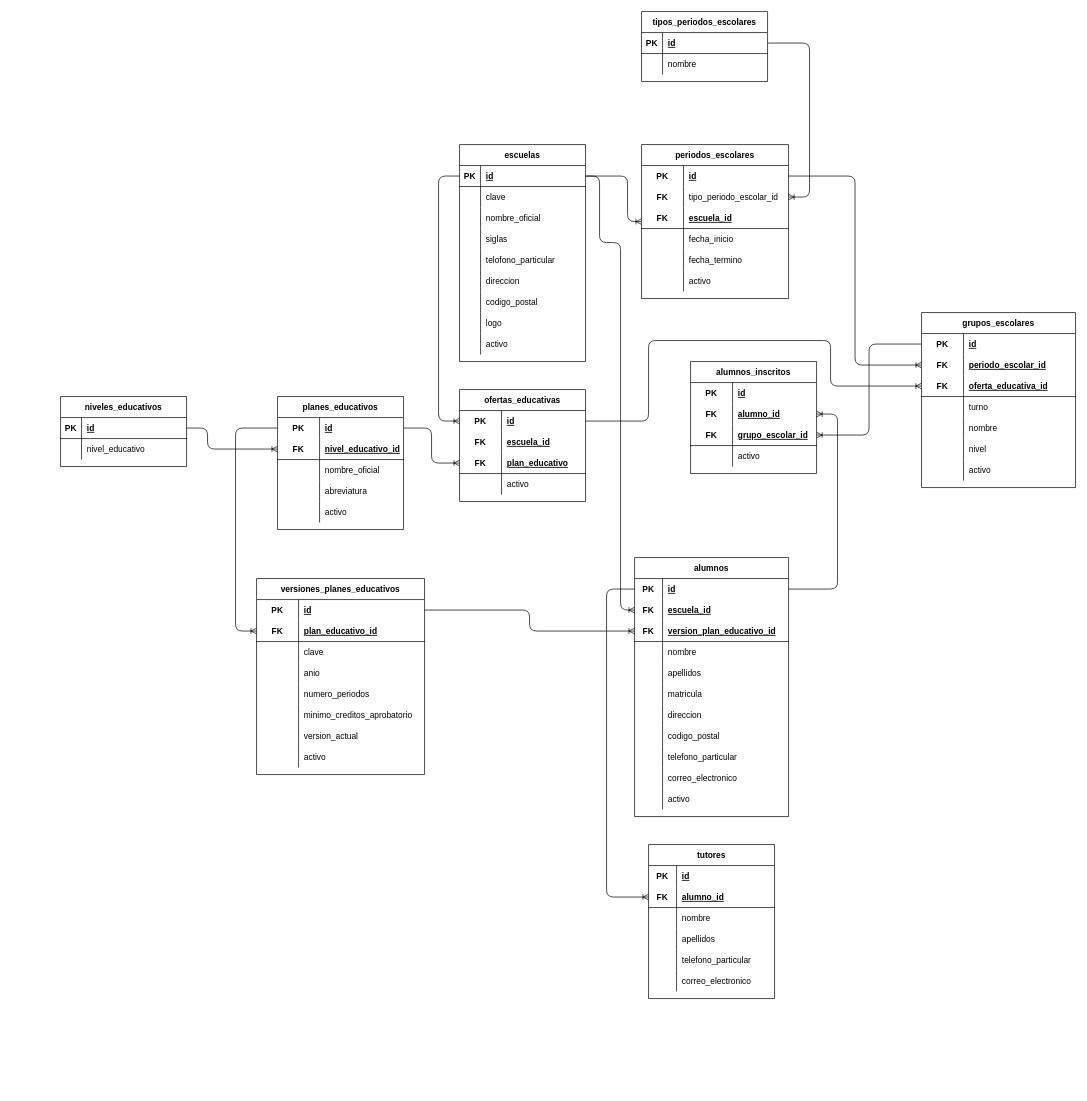
Before: diagrama.drawio in Carlos-Angel/database-escolar, a draw.io diagram. Source tidied: cells renumbered, new cells numbered last; positions are measured from the earlier drawing's top-left corner, leaving out a move shared by most shapes. Both pictures are drawn from the tidied source at 70%, with x=0, y=0 at pixel (60, 11).
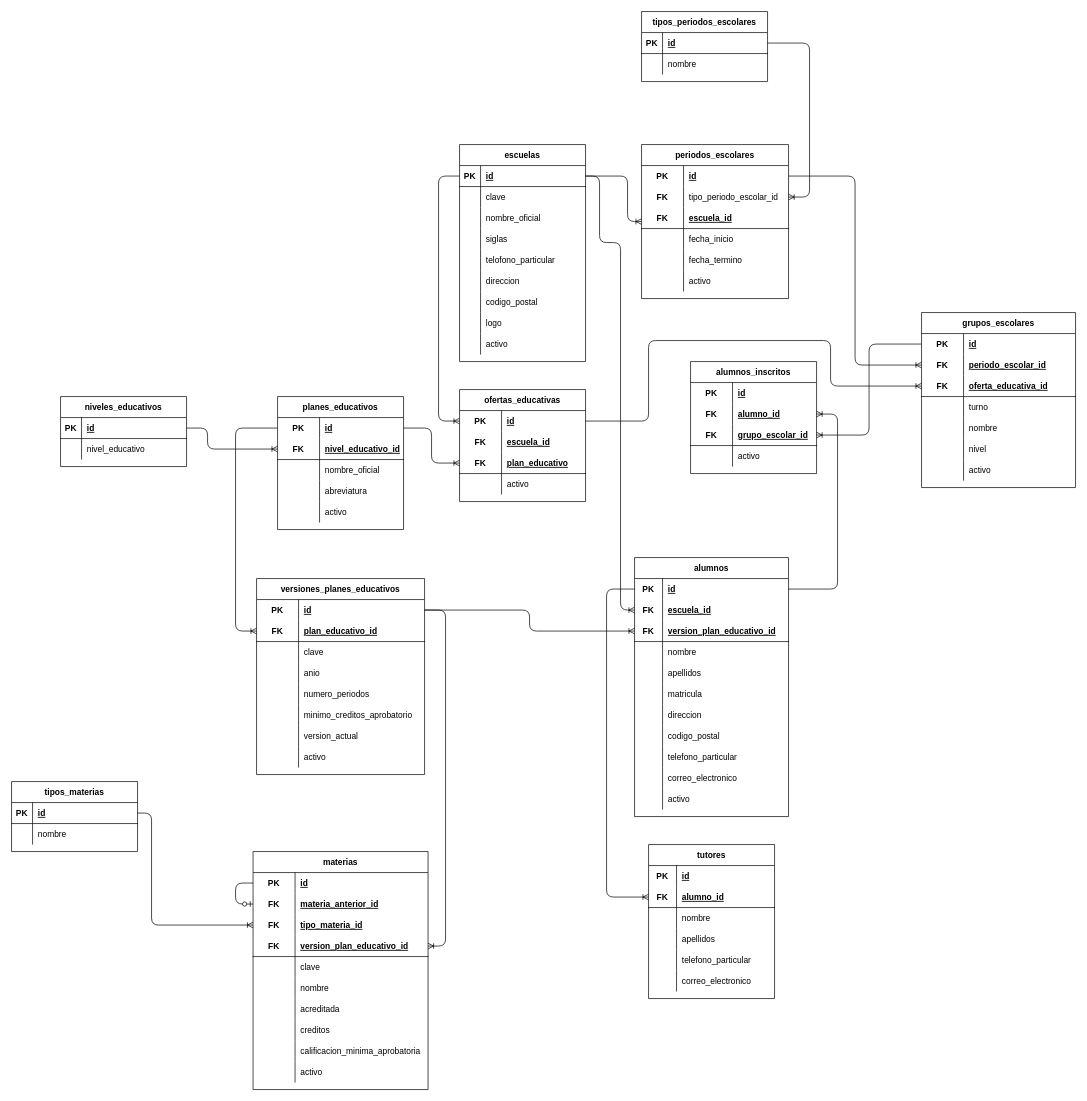
After the change.

Commit message:
feat: agregando la tabla  materias para las versiones de los planes educativos

The change refers to these unchanged cells:
```xml
<mxCell id="26" style="shape=partialRectangle;fillColor=none;top=0;left=0;bottom=0;right=0;points=[[0,0.5],[1,0.5]];portConstraint=eastwest;" parent="25" vertex="1">
  <mxGeometry y="30" width="240" height="30" as="geometry" />
</mxCell>
```

The edit, as a diff of the source:
```diff
@@
+    <mxCell id="218" value="tipos_materias" style="shape=table;startSize=30;childLayout=tableLayout;rowLines=0;fontStyle=1;align=center;" parent="1" vertex="1">
+      <mxGeometry x="-70" y="1100" width="180" height="100" as="geometry" />
+    </mxCell>
+    <mxCell id="219" style="shape=partialRectangle;fillColor=none;top=0;left=0;bottom=1;right=0;points=[[0,0.5],[1,0.5]];portConstraint=eastwest;" parent="218" vertex="1">
+      <mxGeometry y="30" width="180" height="30" as="geometry" />
+    </mxCell>
+    <mxCell id="220" value="PK" style="shape=partialRectangle;fillColor=none;top=0;left=0;bottom=0;right=0;fontStyle=1;overflow=hidden;" parent="219" vertex="1">
+      <mxGeometry width="30" height="30" as="geometry" />
+    </mxCell>
+    <mxCell id="221" value="id" style="shape=partialRectangle;fillColor=none;top=0;left=0;bottom=0;right=0;align=left;spacingLeft=6;fontStyle=5;overflow=hidden;" parent="219" vertex="1">
+      <mxGeometry x="30" width="150" height="30" as="geometry" />
+    </mxCell>
+    <mxCell id="222" style="shape=partialRectangle;fillColor=none;top=0;left=0;bottom=0;right=0;" parent="218" vertex="1">
+      <mxGeometry y="60" width="180" height="30" as="geometry" />
+    </mxCell>
+    <mxCell id="223" style="shape=partialRectangle;fillColor=none;top=0;left=0;bottom=0;right=0;overflow=hidden;" parent="222" vertex="1">
+      <mxGeometry width="30" height="30" as="geometry" />
+    </mxCell>
+    <mxCell id="224" value="nombre" style="shape=partialRectangle;fillColor=none;top=0;left=0;bottom=0;right=0;align=left;spacingLeft=6;overflow=hidden;" parent="222" vertex="1">
+      <mxGeometry x="30" width="150" height="30" as="geometry" />
+    </mxCell>
+    <mxCell id="225" value="materias" style="shape=table;startSize=30;childLayout=tableLayout;rowLines=0;fontStyle=1;align=center;" parent="1" vertex="1">
+      <mxGeometry x="275" y="1200" width="250" height="340" as="geometry" />
+    </mxCell>
+    <mxCell id="226" style="shape=partialRectangle;fillColor=none;top=0;left=0;bottom=0;right=0;points=[[0,0.5],[1,0.5]];portConstraint=eastwest;" parent="225" vertex="1">
+      <mxGeometry y="30" width="250" height="30" as="geometry" />
+    </mxCell>
+    <mxCell id="227" value="PK" style="shape=partialRectangle;fillColor=none;top=0;left=0;bottom=0;right=0;fontStyle=1;overflow=hidden;" parent="226" vertex="1">
+      <mxGeometry width="60" height="30" as="geometry" />
+    </mxCell>
+    <mxCell id="228" value="id" style="shape=partialRectangle;fillColor=none;top=0;left=0;bottom=0;right=0;align=left;spacingLeft=6;fontStyle=5;overflow=hidden;" parent="226" vertex="1">
+      <mxGeometry x="60" width="190" height="30" as="geometry" />
+    </mxCell>
+    <mxCell id="229" style="shape=partialRectangle;fillColor=none;top=0;left=0;bottom=0;right=0;points=[[0,0.5],[1,0.5]];portConstraint=eastwest;" parent="225" vertex="1">
+      <mxGeometry y="60" width="250" height="30" as="geometry" />
+    </mxCell>
+    <mxCell id="230" value="FK" style="shape=partialRectangle;fillColor=none;top=0;left=0;bottom=0;right=0;fontStyle=1;overflow=hidden;" parent="229" vertex="1">
+      <mxGeometry width="60" height="30" as="geometry" />
+    </mxCell>
+    <mxCell id="231" value="materia_anterior_id" style="shape=partialRectangle;fillColor=none;top=0;left=0;bottom=0;right=0;align=left;spacingLeft=6;fontStyle=5;overflow=hidden;" parent="229" vertex="1">
+      <mxGeometry x="60" width="190" height="30" as="geometry" />
+    </mxCell>
+    <mxCell id="232" style="shape=partialRectangle;fillColor=none;top=0;left=0;bottom=0;right=0;points=[[0,0.5],[1,0.5]];portConstraint=eastwest;" parent="225" vertex="1">
+      <mxGeometry y="90" width="250" height="30" as="geometry" />
+    </mxCell>
+    <mxCell id="233" value="FK" style="shape=partialRectangle;fillColor=none;top=0;left=0;bottom=0;right=0;fontStyle=1;overflow=hidden;" parent="232" vertex="1">
+      <mxGeometry width="60" height="30" as="geometry" />
+    </mxCell>
+    <mxCell id="234" value="tipo_materia_id" style="shape=partialRectangle;fillColor=none;top=0;left=0;bottom=0;right=0;align=left;spacingLeft=6;fontStyle=5;overflow=hidden;" parent="232" vertex="1">
+      <mxGeometry x="60" width="190" height="30" as="geometry" />
+    </mxCell>
+    <mxCell id="235" style="shape=partialRectangle;fillColor=none;top=0;left=0;bottom=1;right=0;points=[[0,0.5],[1,0.5]];portConstraint=eastwest;" parent="225" vertex="1">
+      <mxGeometry y="120" width="250" height="30" as="geometry" />
+    </mxCell>
+    <mxCell id="236" value="FK" style="shape=partialRectangle;fillColor=none;top=0;left=0;bottom=0;right=0;fontStyle=1;overflow=hidden;" parent="235" vertex="1">
+      <mxGeometry width="60" height="30" as="geometry" />
+    </mxCell>
+    <mxCell id="237" value="version_plan_educativo_id" style="shape=partialRectangle;fillColor=none;top=0;left=0;bottom=0;right=0;align=left;spacingLeft=6;fontStyle=5;overflow=hidden;" parent="235" vertex="1">
+      <mxGeometry x="60" width="190" height="30" as="geometry" />
+    </mxCell>
+    <mxCell id="238" style="shape=partialRectangle;fillColor=none;top=0;left=0;bottom=0;right=0;" parent="225" vertex="1">
+      <mxGeometry y="150" width="250" height="30" as="geometry" />
+    </mxCell>
+    <mxCell id="239" style="shape=partialRectangle;fillColor=none;top=0;left=0;bottom=0;right=0;overflow=hidden;" parent="238" vertex="1">
+      <mxGeometry width="60" height="30" as="geometry" />
+    </mxCell>
+    <mxCell id="240" value="clave" style="shape=partialRectangle;fillColor=none;top=0;left=0;bottom=0;right=0;align=left;spacingLeft=6;overflow=hidden;" parent="238" vertex="1">
+      <mxGeometry x="60" width="190" height="30" as="geometry" />
+    </mxCell>
+    <mxCell id="241" style="shape=partialRectangle;fillColor=none;top=0;left=0;bottom=0;right=0;" parent="225" vertex="1">
+      <mxGeometry y="180" width="250" height="30" as="geometry" />
+    </mxCell>
+    <mxCell id="242" style="shape=partialRectangle;fillColor=none;top=0;left=0;bottom=0;right=0;overflow=hidden;" parent="241" vertex="1">
+      <mxGeometry width="60" height="30" as="geometry" />
+    </mxCell>
+    <mxCell id="243" value="nombre" style="shape=partialRectangle;fillColor=none;top=0;left=0;bottom=0;right=0;align=left;spacingLeft=6;overflow=hidden;" parent="241" vertex="1">
+      <mxGeometry x="60" width="190" height="30" as="geometry" />
+    </mxCell>
+    <mxCell id="244" style="shape=partialRectangle;fillColor=none;top=0;left=0;bottom=0;right=0;" parent="225" vertex="1">
+      <mxGeometry y="210" width="250" height="30" as="geometry" />
+    </mxCell>
+    <mxCell id="245" style="shape=partialRectangle;fillColor=none;top=0;left=0;bottom=0;right=0;overflow=hidden;" parent="244" vertex="1">
+      <mxGeometry width="60" height="30" as="geometry" />
+    </mxCell>
+    <mxCell id="246" value="acreditada" style="shape=partialRectangle;fillColor=none;top=0;left=0;bottom=0;right=0;align=left;spacingLeft=6;overflow=hidden;" parent="244" vertex="1">
+      <mxGeometry x="60" width="190" height="30" as="geometry" />
+    </mxCell>
+    <mxCell id="247" style="shape=partialRectangle;fillColor=none;top=0;left=0;bottom=0;right=0;" parent="225" vertex="1">
+      <mxGeometry y="240" width="250" height="30" as="geometry" />
+    </mxCell>
+    <mxCell id="248" style="shape=partialRectangle;fillColor=none;top=0;left=0;bottom=0;right=0;overflow=hidden;" parent="247" vertex="1">
+      <mxGeometry width="60" height="30" as="geometry" />
+    </mxCell>
+    <mxCell id="249" value="creditos" style="shape=partialRectangle;fillColor=none;top=0;left=0;bottom=0;right=0;align=left;spacingLeft=6;overflow=hidden;" parent="247" vertex="1">
+      <mxGeometry x="60" width="190" height="30" as="geometry" />
+    </mxCell>
+    <mxCell id="250" style="shape=partialRectangle;fillColor=none;top=0;left=0;bottom=0;right=0;" parent="225" vertex="1">
+      <mxGeometry y="270" width="250" height="30" as="geometry" />
+    </mxCell>
+    <mxCell id="251" style="shape=partialRectangle;fillColor=none;top=0;left=0;bottom=0;right=0;overflow=hidden;" parent="250" vertex="1">
+      <mxGeometry width="60" height="30" as="geometry" />
+    </mxCell>
+    <mxCell id="252" value="calificacion_minima_aprobatoria" style="shape=partialRectangle;fillColor=none;top=0;left=0;bottom=0;right=0;align=left;spacingLeft=6;overflow=hidden;" parent="250" vertex="1">
+      <mxGeometry x="60" width="190" height="30" as="geometry" />
+    </mxCell>
+    <mxCell id="253" style="shape=partialRectangle;fillColor=none;top=0;left=0;bottom=0;right=0;" parent="225" vertex="1">
+      <mxGeometry y="300" width="250" height="30" as="geometry" />
+    </mxCell>
+    <mxCell id="254" style="shape=partialRectangle;fillColor=none;top=0;left=0;bottom=0;right=0;overflow=hidden;" parent="253" vertex="1">
+      <mxGeometry width="60" height="30" as="geometry" />
+    </mxCell>
+    <mxCell id="255" value="activo" style="shape=partialRectangle;fillColor=none;top=0;left=0;bottom=0;right=0;align=left;spacingLeft=6;overflow=hidden;" parent="253" vertex="1">
+      <mxGeometry x="60" width="190" height="30" as="geometry" />
+    </mxCell>
+    <mxCell id="256" style="edgeStyle=orthogonalEdgeStyle;fontSize=12;html=1;endArrow=ERzeroToOne;endFill=1;exitX=0;exitY=0.5;exitDx=0;exitDy=0;entryX=0;entryY=0.5;entryDx=0;entryDy=0;" parent="225" edge="1" source="226" target="229">
+      <mxGeometry relative="1" as="geometry">
+        <Array as="points">
+          <mxPoint x="-25" y="45" />
+          <mxPoint x="-25" y="75" />
+        </Array>
+      </mxGeometry>
+    </mxCell>
+    <mxCell id="257" style="edgeStyle=orthogonalEdgeStyle;fontSize=12;html=1;endArrow=ERoneToMany;exitX=1;exitY=0.5;exitDx=0;exitDy=0;entryX=0;entryY=0.5;entryDx=0;entryDy=0;" parent="1" edge="1" source="219" target="232">
+      <mxGeometry relative="1" as="geometry">
+        <Array as="points">
+          <mxPoint x="130" y="1145" />
+          <mxPoint x="130" y="1305" />
+        </Array>
+      </mxGeometry>
+    </mxCell>
+    <mxCell id="258" style="edgeStyle=orthogonalEdgeStyle;fontSize=12;html=1;endArrow=ERoneToMany;exitX=1;exitY=0.5;exitDx=0;exitDy=0;entryX=1;entryY=0.5;entryDx=0;entryDy=0;" parent="1" edge="1" source="26" target="235">
+      <mxGeometry relative="1" as="geometry">
+        <Array as="points">
+          <mxPoint x="550" y="855" />
+          <mxPoint x="550" y="1335" />
+        </Array>
+      </mxGeometry>
+    </mxCell>
```
